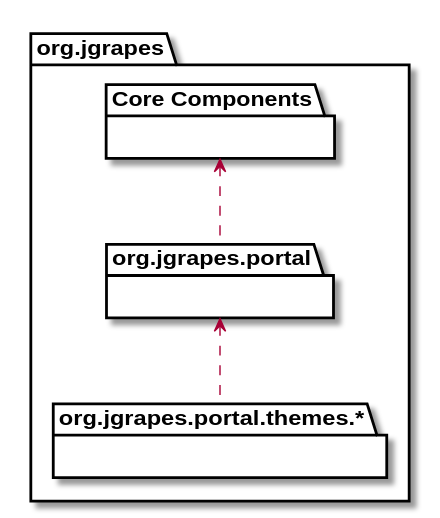
Before: javadoc-portal/package-hierarchy.svg, a diagram exported from PlantUML (mnlipp/jgrapes). The source it was exported from:
```plantuml
@startuml
skinparam svgLinkTarget _parent

package org.jgrapes {
    package "Core Components" {
    }

    package org.jgrapes.portal [[org/jgrapes/portal/package-summary.html#package.description]] {
    }

    package "org.jgrapes.portal.themes.*" {
    }
}

"Core Components" <.. org.jgrapes.portal
org.jgrapes.portal <.. "org.jgrapes.portal.themes.*"
@enduml
```
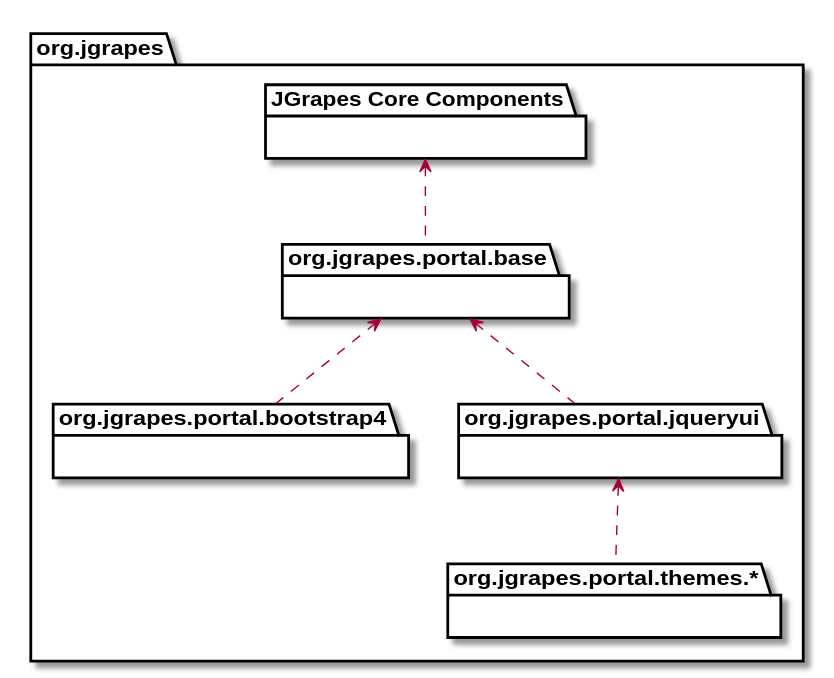
After the commit.

Change to the diagram source:
```diff
@@ -2,16 +2,24 @@
 skinparam svgLinkTarget _parent
 
 package org.jgrapes {
-    package "Core Components" {
+    package "JGrapes Core Components" {
     }
 
-    package org.jgrapes.portal [[org/jgrapes/portal/package-summary.html#package.description]] {
+    package org.jgrapes.portal.base [[org/jgrapes/portal/base/package-summary.html#package.description]] {
+    }
+
+    package org.jgrapes.portal.bootstrap4 [[org/jgrapes/portal/bootstrap4/package-summary.html#package.description]] {
+    }
+
+    package org.jgrapes.portal.jqueryui [[org/jgrapes/portal/jqueryui/package-summary.html#package.description]] {
     }
 
     package "org.jgrapes.portal.themes.*" {
     }
 }
 
-"Core Components" <.. org.jgrapes.portal
-org.jgrapes.portal <.. "org.jgrapes.portal.themes.*"
+"JGrapes Core Components" <.. org.jgrapes.portal.base
+org.jgrapes.portal.base <.. "org.jgrapes.portal.jqueryui"
+org.jgrapes.portal.jqueryui <.. "org.jgrapes.portal.themes.*"
+org.jgrapes.portal.base <.. "org.jgrapes.portal.bootstrap4"
 @enduml
```
